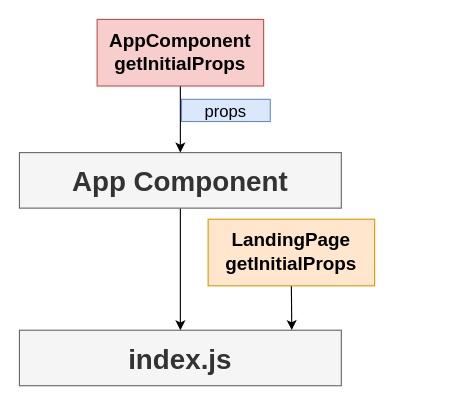
The draw.io diagram page "11 - gip" (26 of 26) of diagrams/05/08.drawio in HappySuzuki/microservices-cast, before the edit. Source tidied: cells renumbered, new cells numbered last; positions are measured from the earlier drawing's top-left corner, leaving out a move shared by most shapes. Both pictures are drawn from the tidied source at 111%, with x=0, y=0 at pixel (19, 19).
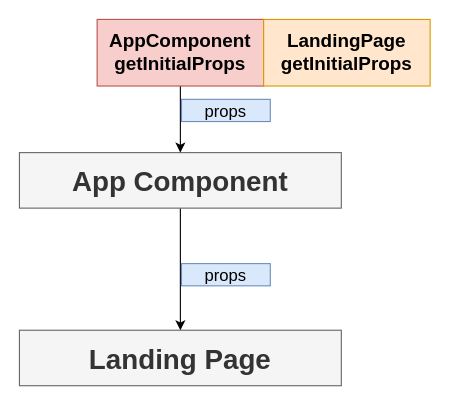
The same diagram, later.

What changed in the source:
```diff
@@
 <mxGraphModel>
   <root>
     <mxCell id="0" />
     <mxCell id="1" parent="0" />
-    <mxCell id="2" value="index.js" style="rounded=0;whiteSpace=wrap;html=1;fontSize=25;fillColor=#f5f5f5;strokeColor=#666666;fontColor=#333333;fontStyle=1;" parent="1" vertex="1">
+    <mxCell id="2" value="Landing Page" style="rounded=0;whiteSpace=wrap;html=1;fontSize=25;fillColor=#f5f5f5;strokeColor=#666666;fontColor=#333333;fontStyle=1;" parent="1" vertex="1">
       <mxGeometry y="280" width="290" height="50" as="geometry" />
     </mxCell>
     <mxCell id="3" style="edgeStyle=orthogonalEdgeStyle;rounded=0;jettySize=auto;html=1;exitX=0.5;exitY=1;exitDx=0;exitDy=0;entryX=0.5;entryY=0;entryDx=0;entryDy=0;fontSize=21;" parent="1" edge="1" source="4" target="2">
       <mxGeometry relative="1" as="geometry" />
     </mxCell>
     <mxCell id="4" value="App Component" style="rounded=0;whiteSpace=wrap;html=1;fontSize=25;fillColor=#f5f5f5;strokeColor=#666666;fontColor=#333333;fontStyle=1;" parent="1" vertex="1">
       <mxGeometry y="120" width="290" height="50" as="geometry" />
     </mxCell>
     <mxCell id="5" style="edgeStyle=orthogonalEdgeStyle;rounded=0;jettySize=auto;html=1;exitX=0.5;exitY=1;exitDx=0;exitDy=0;entryX=0.5;entryY=0;entryDx=0;entryDy=0;fontSize=21;" parent="1" edge="1" source="6" target="4">
       <mxGeometry relative="1" as="geometry" />
     </mxCell>
     <mxCell id="6" value="AppComponent getInitialProps" style="rounded=0;whiteSpace=wrap;html=1;fontSize=17;align=center;fontStyle=1;fillColor=#f8cecc;strokeColor=#b85450;" parent="1" vertex="1">
       <mxGeometry x="70" width="150" height="60" as="geometry" />
     </mxCell>
-    <mxCell id="7" style="edgeStyle=orthogonalEdgeStyle;rounded=0;jettySize=auto;html=1;exitX=0.5;exitY=1;exitDx=0;exitDy=0;entryX=0.846;entryY=-0.002;entryDx=0;entryDy=0;entryPerimeter=0;fontSize=21;" parent="1" edge="1" source="8" target="2">
-      <mxGeometry relative="1" as="geometry" />
-    </mxCell>
     <mxCell id="8" value="LandingPage getInitialProps" style="rounded=0;whiteSpace=wrap;html=1;fontSize=17;align=center;fontStyle=1;fillColor=#ffe6cc;strokeColor=#d79b00;" parent="1" vertex="1">
-      <mxGeometry x="170" y="180" width="150" height="60" as="geometry" />
+      <mxGeometry x="220" width="150" height="60" as="geometry" />
     </mxCell>
     <mxCell id="9" value="props" style="rounded=0;whiteSpace=wrap;html=1;fontSize=15;align=center;fontStyle=0;fillColor=#dae8fc;strokeColor=#6c8ebf;" parent="1" vertex="1">
       <mxGeometry x="146" y="72" width="80" height="20" as="geometry" />
     </mxCell>
+    <mxCell id="10" value="props" style="rounded=0;whiteSpace=wrap;html=1;fontSize=15;align=center;fontStyle=0;fillColor=#dae8fc;strokeColor=#6c8ebf;" parent="1" vertex="1">
+      <mxGeometry x="146" y="220" width="80" height="20" as="geometry" />
+    </mxCell>
   </root>
 </mxGraphModel>
```
